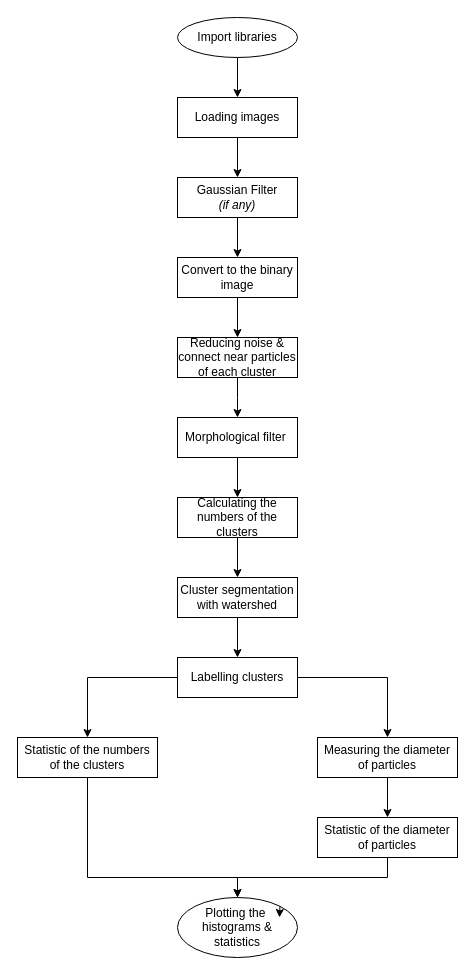
This is OIP final project Group 5.drawio from baotriet/OIP_FinalProject, a draw.io file, before an edit. Source tidied: cells renumbered, new cells numbered last; positions are measured from the earlier drawing's top-left corner, leaving out a move shared by most shapes. Both pictures are drawn from the tidied source at 100%, with x=0, y=0 at pixel (17, 17).
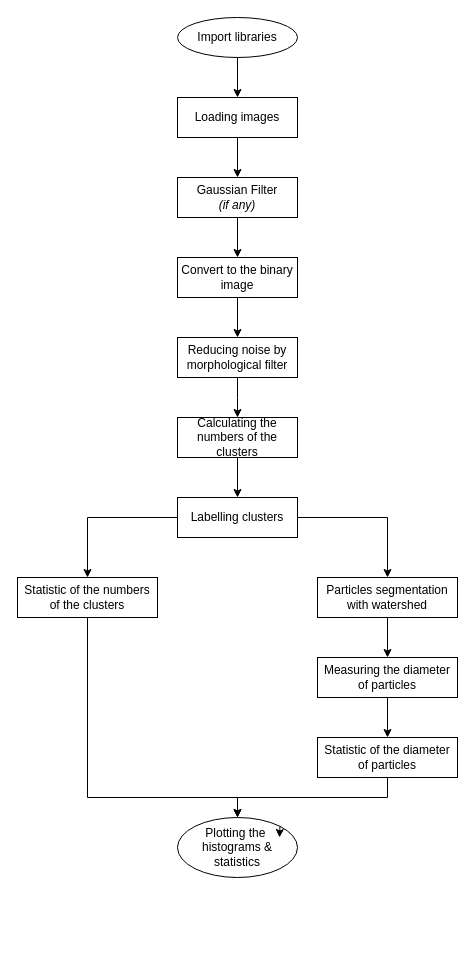
Above is the later version.

Diff of the diagram source:
```diff
@@
-    <mxCell id="9" value="Reducing noise &amp;amp; connect near particles of each cluster" style="rounded=0;whiteSpace=wrap;html=1;" parent="1" vertex="1">
+    <mxCell id="9" value="Reducing noise by morphological filter" style="rounded=0;whiteSpace=wrap;html=1;" parent="1" vertex="1">
       <mxGeometry x="160" y="320" width="120" height="40" as="geometry" />
     </mxCell>
@@
-    <mxCell id="12" style="edgeStyle=orthogonalEdgeStyle;rounded=0;jettySize=auto;html=1;" parent="1" edge="1" source="13" target="23">
-      <mxGeometry relative="1" as="geometry" />
-    </mxCell>
+    <mxCell id="29" style="edgeStyle=orthogonalEdgeStyle;rounded=0;jettySize=auto;html=1;" parent="1" edge="1" source="13" target="21">
+      <mxGeometry relative="1" as="geometry" />
+    </mxCell>
     <mxCell id="13" value="Calculating the numbers of the clusters" style="rounded=0;whiteSpace=wrap;html=1;" parent="1" vertex="1">
-      <mxGeometry x="160" y="480" width="120" height="40" as="geometry" />
+      <mxGeometry x="160" y="400" width="120" height="40" as="geometry" />
     </mxCell>
     <mxCell id="14" style="edgeStyle=orthogonalEdgeStyle;rounded=0;jettySize=auto;html=1;exitX=0.5;exitY=1;exitDx=0;exitDy=0;" parent="1" edge="1" source="15" target="18">
       <mxGeometry relative="1" as="geometry">
         <Array as="points">
-          <mxPoint x="70" y="860" />
-          <mxPoint x="220" y="860" />
+          <mxPoint x="70" y="780" />
+          <mxPoint x="220" y="780" />
         </Array>
       </mxGeometry>
     </mxCell>
     <mxCell id="15" value="&lt;div&gt;Statistic of the numbers of the clusters&lt;/div&gt;" style="rounded=0;whiteSpace=wrap;html=1;" parent="1" vertex="1">
-      <mxGeometry y="720" width="140" height="40" as="geometry" />
+      <mxGeometry y="560" width="140" height="40" as="geometry" />
     </mxCell>
@@
     <mxCell id="17" value="&lt;div&gt;&lt;div&gt;Measuring the diameter of particles&lt;/div&gt;&lt;/div&gt;" style="rounded=0;whiteSpace=wrap;html=1;" parent="1" vertex="1">
-      <mxGeometry x="300" y="720" width="140" height="40" as="geometry" />
+      <mxGeometry x="300" y="640" width="140" height="40" as="geometry" />
     </mxCell>
     <mxCell id="18" value="Plotting the&amp;nbsp;&lt;br&gt;histograms &amp;amp; statistics" style="ellipse;whiteSpace=wrap;html=1;" parent="1" vertex="1">
-      <mxGeometry x="160" y="880" width="120" height="60" as="geometry" />
+      <mxGeometry x="160" y="800" width="120" height="60" as="geometry" />
     </mxCell>
-    <mxCell id="19" style="edgeStyle=orthogonalEdgeStyle;rounded=0;jettySize=auto;html=1;" parent="1" edge="1" source="21" target="17">
-      <mxGeometry relative="1" as="geometry" />
-    </mxCell>
@@
+    <mxCell id="30" style="edgeStyle=orthogonalEdgeStyle;rounded=0;jettySize=auto;html=1;exitX=1;exitY=0.5;exitDx=0;exitDy=0;" parent="1" edge="1" source="21" target="23">
+      <mxGeometry relative="1" as="geometry" />
+    </mxCell>
     <mxCell id="21" value="Labelling clusters" style="rounded=0;whiteSpace=wrap;html=1;" parent="1" vertex="1">
-      <mxGeometry x="160" y="640" width="120" height="40" as="geometry" />
+      <mxGeometry x="160" y="480" width="120" height="40" as="geometry" />
     </mxCell>
-    <mxCell id="22" style="edgeStyle=orthogonalEdgeStyle;rounded=0;jettySize=auto;html=1;" parent="1" edge="1" source="23" target="21">
-      <mxGeometry relative="1" as="geometry" />
-    </mxCell>
+    <mxCell id="31" style="edgeStyle=orthogonalEdgeStyle;rounded=0;jettySize=auto;html=1;exitX=0.5;exitY=1;exitDx=0;exitDy=0;entryX=0.5;entryY=0;entryDx=0;entryDy=0;" parent="1" edge="1" source="23" target="17">
+      <mxGeometry relative="1" as="geometry" />
+    </mxCell>
-    <mxCell id="23" value="Cluster segmentation with watershed" style="rounded=0;whiteSpace=wrap;html=1;" parent="1" vertex="1">
-      <mxGeometry x="160" y="560" width="120" height="40" as="geometry" />
+    <mxCell id="23" value="Particles&amp;nbsp;segmentation with watershed" style="rounded=0;whiteSpace=wrap;html=1;" parent="1" vertex="1">
+      <mxGeometry x="300" y="560" width="140" height="40" as="geometry" />
     </mxCell>
-    <mxCell id="24" style="edgeStyle=orthogonalEdgeStyle;rounded=0;jettySize=auto;html=1;" parent="1" edge="1" source="25" target="13">
-      <mxGeometry relative="1" as="geometry" />
-    </mxCell>
-    <mxCell id="25" value="Morphological filter&amp;nbsp;" style="rounded=0;whiteSpace=wrap;html=1;" parent="1" vertex="1">
-      <mxGeometry x="160" y="400" width="120" height="40" as="geometry" />
-    </mxCell>
     <mxCell id="26" style="edgeStyle=orthogonalEdgeStyle;rounded=0;jettySize=auto;html=1;entryX=0.5;entryY=0;entryDx=0;entryDy=0;" parent="1" edge="1" source="27" target="18">
       <mxGeometry relative="1" as="geometry">
         <Array as="points">
-          <mxPoint x="370" y="860" />
-          <mxPoint x="220" y="860" />
+          <mxPoint x="370" y="780" />
+          <mxPoint x="220" y="780" />
         </Array>
       </mxGeometry>
     </mxCell>
     <mxCell id="27" value="&lt;div&gt;&lt;div&gt;&lt;span&gt;Statistic of&lt;/span&gt;&amp;nbsp;the diameter of particles&lt;/div&gt;&lt;/div&gt;" style="rounded=0;whiteSpace=wrap;html=1;" parent="1" vertex="1">
-      <mxGeometry x="300" y="800" width="140" height="40" as="geometry" />
+      <mxGeometry x="300" y="720" width="140" height="40" as="geometry" />
     </mxCell>
```
